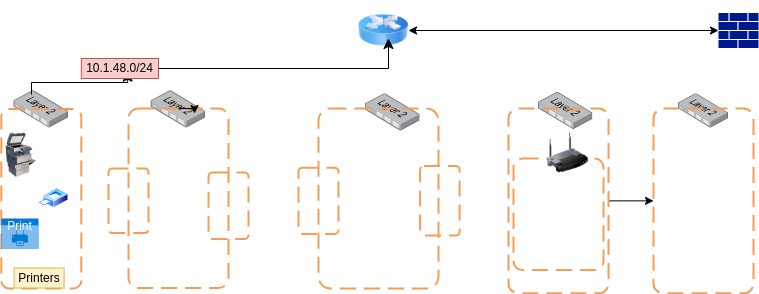
Above: secured_network_topology.drawio.png in MwarumbaH-5523/Secured_Networks_Topology (draw.io), before the change. Source tidied: cells renumbered, new cells last; positions are measured from the earlier drawing's top-left corner, leaving out a move shared by most shapes.
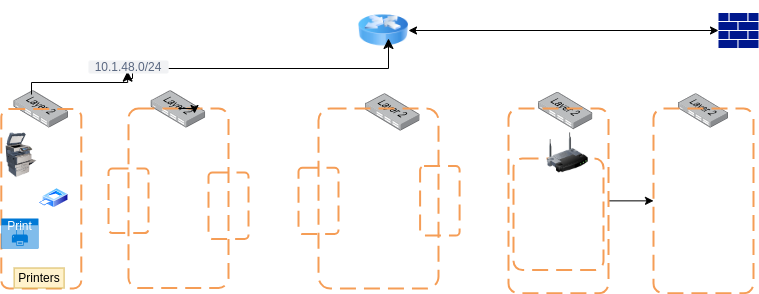
The same file after the commit.

What changed in the source:
```diff
@@ -77,18 +77,25 @@
     <mxCell id="26" value="Printers" style="text;html=1;strokeColor=#d6b656;fillColor=#fff2cc;align=center;verticalAlign=middle;whiteSpace=wrap;overflow=hidden;" parent="1" vertex="1">
       <mxGeometry x="12.6" y="267.5" width="50" height="20" as="geometry" />
     </mxCell>
-    <mxCell id="27" style="edgeStyle=elbowEdgeStyle;elbow=vertical;endArrow=classic;html=1;curved=0;rounded=0;endSize=8;startSize=8;exitX=0.32;exitY=0.102;exitDx=0;exitDy=0;exitPerimeter=0;entryX=0.6;entryY=0.633;entryDx=0;entryDy=0;entryPerimeter=0;" parent="1" edge="1" source="29" target="3">
+    <mxCell id="27" style="edgeStyle=elbowEdgeStyle;elbow=vertical;endArrow=classic;html=1;curved=0;rounded=0;endSize=8;startSize=8;entryX=0.6;entryY=0.633;entryDx=0;entryDy=0;entryPerimeter=0;" parent="1" edge="1" source="29" target="3">
       <mxGeometry relative="1" as="geometry">
         <Array as="points">
           <mxPoint x="187" y="68" />
         </Array>
       </mxGeometry>
     </mxCell>
-    <mxCell id="28" style="edgeStyle=elbowEdgeStyle;elbow=vertical;endArrow=classic;html=1;curved=0;rounded=0;endSize=8;startSize=8;exitX=0.32;exitY=0.102;exitDx=0;exitDy=0;exitPerimeter=0;entryX=0.6;entryY=0.633;entryDx=0;entryDy=0;entryPerimeter=0;" parent="1" edge="1" source="9" target="29">
-      <mxGeometry relative="1" as="geometry" />
+    <mxCell id="28" style="edgeStyle=elbowEdgeStyle;elbow=vertical;endArrow=classic;html=1;curved=0;rounded=0;endSize=8;startSize=8;exitX=0.32;exitY=0.102;exitDx=0;exitDy=0;exitPerimeter=0;entryX=0.6;entryY=0.633;entryDx=0;entryDy=0;entryPerimeter=0;" parent="1" edge="1" source="9">
+      <mxGeometry relative="1" as="geometry">
+        <mxPoint x="126.1" y="70.7" as="targetPoint" />
+      </mxGeometry>
     </mxCell>
+    <mxCell id="30" style="edgeStyle=elbowEdgeStyle;elbow=horizontal;endArrow=classic;html=1;curved=0;rounded=0;endSize=8;startSize=8;entryX=0.6;entryY=0.633;entryDx=0;entryDy=0;entryPerimeter=0;" parent="1" edge="1" target="29">
+      <mxGeometry relative="1" as="geometry">
+        <mxPoint x="127" y="78" as="sourcePoint" />
+      </mxGeometry>
+    </mxCell>
-    <mxCell id="29" value="10.1.48.0/24" style="text;html=1;strokeColor=#b85450;fillColor=#f8cecc;align=center;verticalAlign=middle;whiteSpace=wrap;overflow=hidden;" parent="1" vertex="1">
-      <mxGeometry x="79.8" y="58" width="77.2" height="20" as="geometry" />
+    <mxCell id="29" value="10.1.48.0/24" style="rounded=1;align=center;fillColor=#F1F2F4;strokeColor=none;html=1;whiteSpace=wrap;fontColor=#596780;fontSize=12;" parent="1" vertex="1">
+      <mxGeometry x="87" y="60" width="80" height="13" as="geometry" />
     </mxCell>
   </root>
 </mxGraphModel>
```
